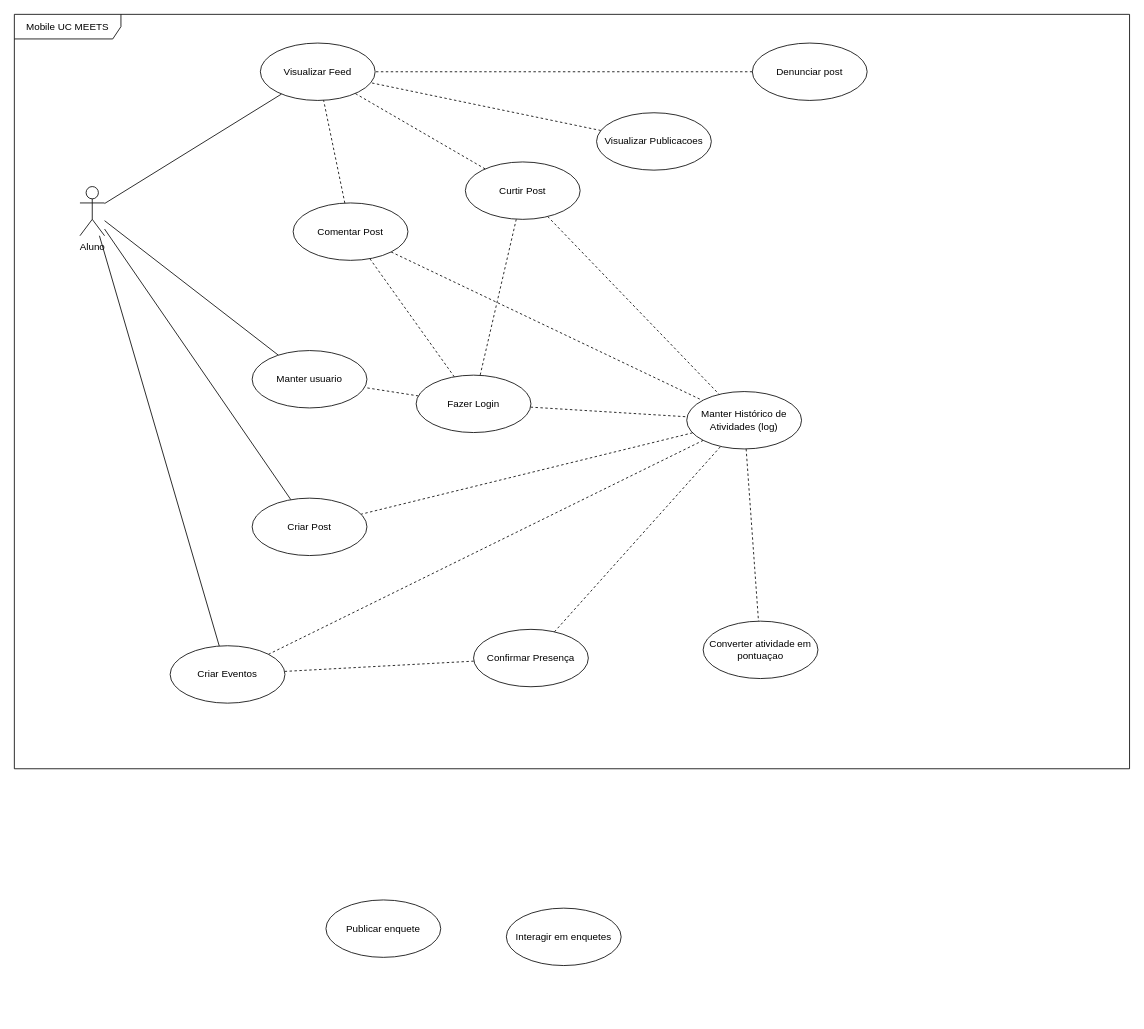
Above: Draw.io/Mobile_UC_MEETS.drawio in Organization-Meets/Meets_Docs (draw.io), before the change. Source tidied: cells renumbered, new cells numbered last; positions are measured from the earlier drawing's top-left corner, leaving out a move shared by most shapes. Both pictures are drawn from the tidied source at 82%, with x=0, y=0 at pixel (14, 14).
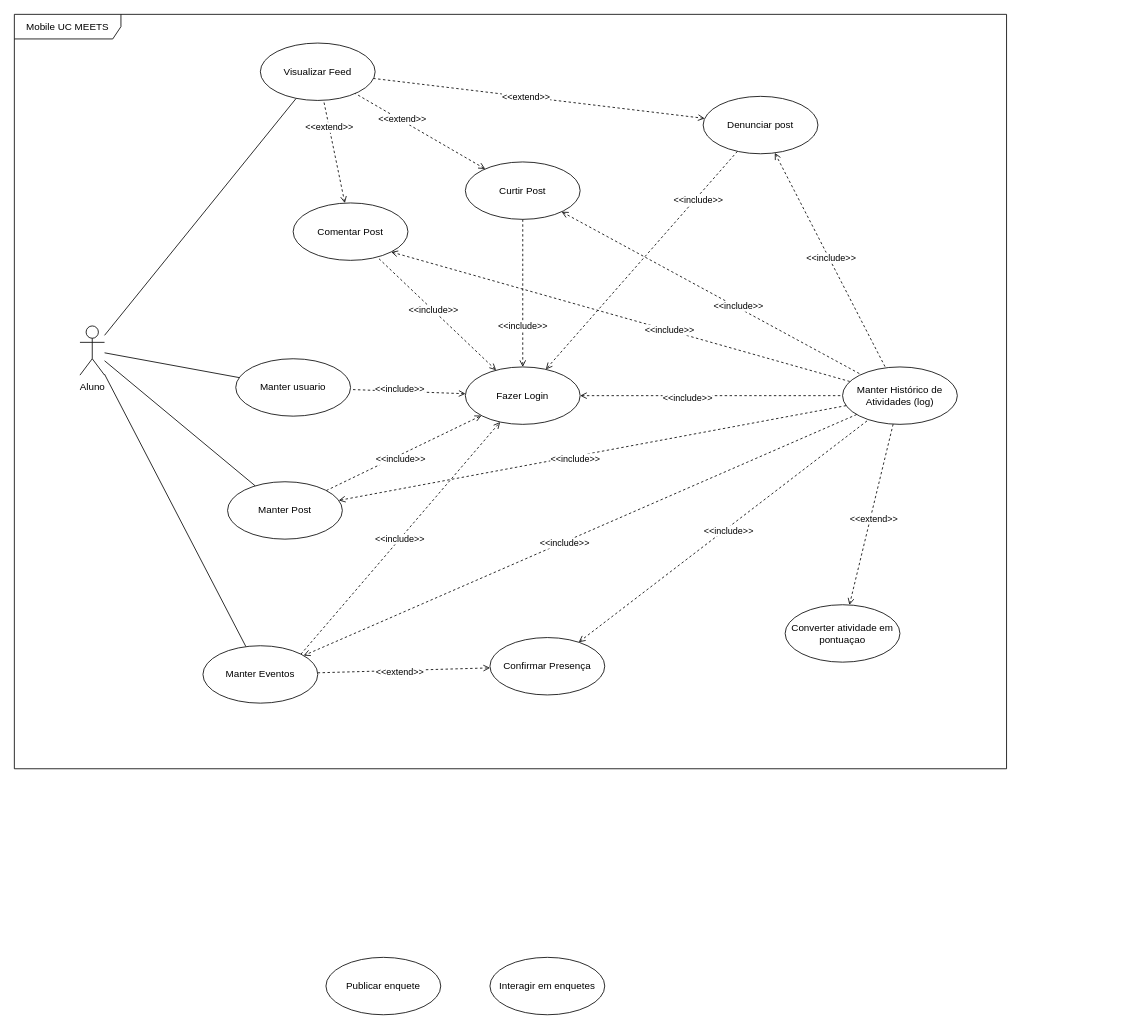
The same page after the edit.

Unchanged cells that the change refers to:
```xml
<mxCell id="5" value="Visualizar Feed" style="ellipse;whiteSpace=wrap;html=1;" parent="1" vertex="1">
  <mxGeometry x="300" y="35" width="140" height="70" as="geometry" />
</mxCell>
<mxCell id="8" value="Comentar P&lt;span style=&quot;background-color: transparent; color: light-dark(rgb(0, 0, 0), rgb(255, 255, 255));&quot;&gt;ost&lt;/span&gt;" style="ellipse;whiteSpace=wrap;html=1;" parent="1" vertex="1">
  <mxGeometry x="340" y="230" width="140" height="70" as="geometry" />
</mxCell>
<mxCell id="12" value="Curtir Post" style="ellipse;whiteSpace=wrap;html=1;" parent="1" vertex="1">
  <mxGeometry x="550" y="180" width="140" height="70" as="geometry" />
</mxCell>
```

Change to the diagram source:
```diff
@@
     <mxCell id="2" value="Mobile UC MEETS" style="shape=umlFrame;whiteSpace=wrap;html=1;width=130;height=30;" parent="1" vertex="1">
-      <mxGeometry width="1360" height="920" as="geometry" />
+      <mxGeometry width="1210" height="920" as="geometry" />
     </mxCell>
     <mxCell id="3" value="Aluno" style="shape=umlActor;verticalLabelPosition=bottom;verticalAlign=top;html=1;" parent="1" vertex="1">
-      <mxGeometry x="80" y="210" width="30" height="60" as="geometry" />
+      <mxGeometry x="80" y="380" width="30" height="60" as="geometry" />
     </mxCell>
@@
-    <mxCell id="6" style="rounded=0;jettySize=auto;html=1;endArrow=none;endFill=0;dashed=1;" parent="1" edge="1" source="8" target="5">
+    <mxCell id="6" style="rounded=0;jettySize=auto;html=1;endArrow=none;endFill=0;dashed=1;startArrow=open;startFill=0;" parent="1" edge="1" source="8" target="5">
       <mxGeometry relative="1" as="geometry" />
     </mxCell>
+    <mxCell id="37" value="&amp;lt;&amp;lt;extend&amp;gt;&amp;gt;" style="edgeLabel;html=1;align=center;verticalAlign=middle;" parent="6" vertex="1">
+      <mxGeometry x="0.49" relative="1" as="geometry" />
+    </mxCell>
-    <mxCell id="7" style="rounded=0;jettySize=auto;html=1;exitX=1;exitY=1;exitDx=0;exitDy=0;dashed=1;endArrow=none;endFill=0;" parent="1" edge="1" source="8" target="23">
+    <mxCell id="7" style="rounded=0;jettySize=auto;html=1;exitX=1;exitY=1;exitDx=0;exitDy=0;dashed=1;endArrow=none;endFill=0;startArrow=open;startFill=0;" parent="1" edge="1" source="8" target="23">
       <mxGeometry relative="1" as="geometry" />
     </mxCell>
+    <mxCell id="38" value="&amp;lt;&amp;lt;include&amp;gt;&amp;gt;" style="edgeLabel;html=1;align=center;verticalAlign=middle;" parent="7" vertex="1">
+      <mxGeometry x="0.21" y="1" relative="1" as="geometry" />
+    </mxCell>
@@
-    <mxCell id="9" style="rounded=0;jettySize=auto;html=1;endArrow=none;endFill=0;dashed=1;" parent="1" edge="1" source="12" target="5">
+    <mxCell id="9" style="rounded=0;jettySize=auto;html=1;endArrow=none;endFill=0;dashed=1;startArrow=open;startFill=0;" parent="1" edge="1" source="12" target="5">
       <mxGeometry relative="1" as="geometry" />
     </mxCell>
+    <mxCell id="39" value="&amp;lt;&amp;lt;extend&amp;gt;&amp;gt;" style="edgeLabel;html=1;align=center;verticalAlign=middle;" parent="9" vertex="1">
+      <mxGeometry x="0.3" y="-2" relative="1" as="geometry" />
+    </mxCell>
-    <mxCell id="10" style="rounded=0;jettySize=auto;html=1;endArrow=none;endFill=0;dashed=1;" parent="1" edge="1" source="12" target="19">
+    <mxCell id="10" style="rounded=0;jettySize=auto;html=1;endArrow=open;endFill=0;dashed=1;startArrow=none;startFill=0;" parent="1" edge="1" source="12" target="19">
       <mxGeometry relative="1" as="geometry" />
     </mxCell>
+    <mxCell id="40" value="&amp;lt;&amp;lt;include&amp;gt;&amp;gt;" style="edgeLabel;html=1;align=center;verticalAlign=middle;" parent="10" vertex="1">
+      <mxGeometry x="0.43" y="-1" relative="1" as="geometry" />
+    </mxCell>
-    <mxCell id="11" style="rounded=0;jettySize=auto;html=1;endArrow=none;endFill=0;dashed=1;" parent="1" edge="1" source="12" target="23">
+    <mxCell id="11" style="rounded=0;jettySize=auto;html=1;endArrow=none;endFill=0;dashed=1;startArrow=open;startFill=0;" parent="1" edge="1" source="12" target="23">
       <mxGeometry relative="1" as="geometry" />
     </mxCell>
+    <mxCell id="41" value="&amp;lt;&amp;lt;include&amp;gt;&amp;gt;" style="edgeLabel;html=1;align=center;verticalAlign=middle;" parent="11" vertex="1">
+      <mxGeometry x="0.17" y="1" relative="1" as="geometry">
+        <mxPoint x="1" as="offset" />
+      </mxGeometry>
+    </mxCell>
@@
     <mxCell id="13" value="Interagir em enquetes" style="ellipse;whiteSpace=wrap;html=1;" parent="1" vertex="1">
-      <mxGeometry x="600" y="1090" width="140" height="70" as="geometry" />
+      <mxGeometry x="580" y="1150" width="140" height="70" as="geometry" />
     </mxCell>
+    <mxCell id="42" style="rounded=0;jettySize=auto;html=1;endArrow=open;endFill=0;dashed=1;" parent="1" edge="1" source="14" target="19">
+      <mxGeometry relative="1" as="geometry" />
+    </mxCell>
+    <mxCell id="43" value="&amp;lt;&amp;lt;include&amp;gt;&amp;gt;" style="edgeLabel;html=1;align=center;verticalAlign=middle;" parent="42" vertex="1">
+      <mxGeometry x="-0.57" y="3" relative="1" as="geometry" />
+    </mxCell>
+    <mxCell id="44" style="rounded=0;jettySize=auto;html=1;endArrow=none;endFill=0;dashed=1;startArrow=open;startFill=0;" parent="1" edge="1" source="14" target="23">
+      <mxGeometry relative="1" as="geometry" />
+    </mxCell>
+    <mxCell id="45" value="&amp;lt;&amp;lt;include&amp;gt;&amp;gt;" style="edgeLabel;html=1;align=center;verticalAlign=middle;" parent="44" vertex="1">
+      <mxGeometry x="-0.02" y="2" relative="1" as="geometry" />
+    </mxCell>
     <mxCell id="14" value="Denunciar post" style="ellipse;whiteSpace=wrap;html=1;" parent="1" vertex="1">
-      <mxGeometry x="900" y="35" width="140" height="70" as="geometry" />
+      <mxGeometry x="840" y="100" width="140" height="70" as="geometry" />
     </mxCell>
     <mxCell id="15" value="Publicar enquete" style="ellipse;whiteSpace=wrap;html=1;" parent="1" vertex="1">
-      <mxGeometry x="380" y="1080" width="140" height="70" as="geometry" />
+      <mxGeometry x="380" y="1150" width="140" height="70" as="geometry" />
     </mxCell>
-    <mxCell id="16" style="rounded=0;jettySize=auto;html=1;endArrow=none;endFill=0;dashed=1;" parent="1" edge="1" source="19" target="8">
+    <mxCell id="16" style="rounded=0;jettySize=auto;html=1;endArrow=none;endFill=0;dashed=1;startArrow=open;startFill=0;" parent="1" edge="1" source="19" target="8">
       <mxGeometry relative="1" as="geometry" />
     </mxCell>
+    <mxCell id="46" value="&amp;lt;&amp;lt;include&amp;gt;&amp;gt;" style="edgeLabel;html=1;align=center;verticalAlign=middle;" parent="16" vertex="1">
+      <mxGeometry x="0.06" relative="1" as="geometry" />
+    </mxCell>
-    <mxCell id="17" style="rounded=0;jettySize=auto;html=1;dashed=1;endArrow=none;endFill=0;" parent="1" edge="1" source="19" target="21">
+    <mxCell id="17" style="rounded=0;jettySize=auto;html=1;dashed=1;endArrow=none;endFill=0;startArrow=open;startFill=0;" parent="1" edge="1" source="19" target="21">
       <mxGeometry relative="1" as="geometry" />
     </mxCell>
+    <mxCell id="47" value="&amp;lt;&amp;lt;include&amp;gt;&amp;gt;" style="edgeLabel;html=1;align=center;verticalAlign=middle;" parent="17" vertex="1">
+      <mxGeometry x="0.15" y="-3" relative="1" as="geometry" />
+    </mxCell>
-    <mxCell id="18" style="rounded=0;jettySize=auto;html=1;endArrow=none;endFill=0;dashed=1;" parent="1" edge="1" source="19" target="23">
+    <mxCell id="18" style="rounded=0;jettySize=auto;html=1;endArrow=none;endFill=0;dashed=1;startArrow=open;startFill=0;" parent="1" edge="1" source="19" target="23">
       <mxGeometry relative="1" as="geometry" />
     </mxCell>
+    <mxCell id="48" value="&amp;lt;&amp;lt;include&amp;gt;&amp;gt;" style="edgeLabel;html=1;align=center;verticalAlign=middle;" parent="18" vertex="1">
+      <mxGeometry x="-0.19" y="-2" relative="1" as="geometry" />
+    </mxCell>
     <mxCell id="19" value="Fazer Login" style="ellipse;whiteSpace=wrap;html=1;" parent="1" vertex="1">
-      <mxGeometry x="490" y="440" width="140" height="70" as="geometry" />
+      <mxGeometry x="550" y="430" width="140" height="70" as="geometry" />
     </mxCell>
@@
     <mxCell id="21" value="Manter usuario" style="ellipse;whiteSpace=wrap;html=1;" parent="1" vertex="1">
-      <mxGeometry x="290" y="410" width="140" height="70" as="geometry" />
+      <mxGeometry x="270" y="420" width="140" height="70" as="geometry" />
     </mxCell>
-    <mxCell id="22" style="rounded=0;jettySize=auto;html=1;dashed=1;endArrow=none;endFill=0;" parent="1" edge="1" source="23" target="26">
+    <mxCell id="22" style="rounded=0;jettySize=auto;html=1;dashed=1;endArrow=open;endFill=0;" parent="1" edge="1" source="23" target="26">
       <mxGeometry relative="1" as="geometry" />
     </mxCell>
+    <mxCell id="49" value="&amp;lt;&amp;lt;extend&amp;gt;&amp;gt;" style="edgeLabel;html=1;align=center;verticalAlign=middle;" parent="22" vertex="1">
+      <mxGeometry x="0.02" y="3" relative="1" as="geometry">
+        <mxPoint y="1" as="offset" />
+      </mxGeometry>
+    </mxCell>
     <mxCell id="23" value="Manter Histórico de Atividades (log)" style="ellipse;whiteSpace=wrap;html=1;" parent="1" vertex="1">
-      <mxGeometry x="820" y="460" width="140" height="70" as="geometry" />
+      <mxGeometry x="1010" y="430" width="140" height="70" as="geometry" />
     </mxCell>
-    <mxCell id="24" style="rounded=0;jettySize=auto;html=1;endArrow=none;endFill=0;dashed=1;" parent="1" edge="1" source="23" target="36">
+    <mxCell id="24" style="rounded=0;jettySize=auto;html=1;endArrow=open;endFill=0;dashed=1;startArrow=none;startFill=0;" parent="1" edge="1" source="23" target="36">
       <mxGeometry relative="1" as="geometry" />
     </mxCell>
+    <mxCell id="50" value="&amp;lt;&amp;lt;include&amp;gt;&amp;gt;" style="edgeLabel;html=1;align=center;verticalAlign=middle;" parent="24" vertex="1">
+      <mxGeometry x="0.07" y="2" relative="1" as="geometry" />
+    </mxCell>
-    <mxCell id="25" style="rounded=0;jettySize=auto;html=1;endArrow=none;endFill=0;dashed=1;" parent="1" edge="1" source="23" target="31">
+    <mxCell id="25" style="rounded=0;jettySize=auto;html=1;endArrow=open;endFill=0;dashed=1;" parent="1" edge="1" source="23" target="31">
       <mxGeometry relative="1" as="geometry" />
     </mxCell>
+    <mxCell id="51" value="&amp;lt;&amp;lt;include&amp;gt;&amp;gt;" style="edgeLabel;html=1;align=center;verticalAlign=middle;" parent="25" vertex="1">
+      <mxGeometry x="0.06" y="1" relative="1" as="geometry" />
+    </mxCell>
     <mxCell id="26" value="Converter atividade em pontuaçao" style="ellipse;whiteSpace=wrap;html=1;" parent="1" vertex="1">
-      <mxGeometry x="840" y="740" width="140" height="70" as="geometry" />
+      <mxGeometry x="940" y="720" width="140" height="70" as="geometry" />
     </mxCell>
-    <mxCell id="27" style="rounded=0;jettySize=auto;html=1;endArrow=none;endFill=0;dashed=1;" parent="1" edge="1" source="28" target="5">
-      <mxGeometry relative="1" as="geometry" />
-    </mxCell>
-    <mxCell id="28" value="Visualizar Publicacoes" style="ellipse;whiteSpace=wrap;html=1;" parent="1" vertex="1">
-      <mxGeometry x="710" y="120" width="140" height="70" as="geometry" />
-    </mxCell>
@@
-    <mxCell id="30" style="rounded=0;jettySize=auto;html=1;endArrow=none;endFill=0;dashed=1;" parent="1" edge="1" source="31" target="33">
+    <mxCell id="30" style="rounded=0;jettySize=auto;html=1;endArrow=open;endFill=0;dashed=1;startArrow=none;startFill=0;" parent="1" edge="1" source="31" target="33">
       <mxGeometry relative="1" as="geometry" />
     </mxCell>
+    <mxCell id="52" value="&amp;lt;&amp;lt;extend&amp;gt;&amp;gt;" style="edgeLabel;html=1;align=center;verticalAlign=middle;" parent="30" vertex="1">
+      <mxGeometry x="-0.05" y="-1" relative="1" as="geometry" />
+    </mxCell>
+    <mxCell id="53" style="rounded=0;jettySize=auto;html=1;exitX=1;exitY=0;exitDx=0;exitDy=0;endArrow=open;endFill=0;dashed=1;" parent="1" edge="1" source="31" target="19">
+      <mxGeometry relative="1" as="geometry" />
+    </mxCell>
+    <mxCell id="54" value="&amp;lt;&amp;lt;include&amp;gt;&amp;gt;" style="edgeLabel;html=1;align=center;verticalAlign=middle;" parent="53" vertex="1">
+      <mxGeometry x="-0.01" y="1" relative="1" as="geometry" />
+    </mxCell>
-    <mxCell id="31" value="Criar Eventos" style="ellipse;whiteSpace=wrap;html=1;" parent="1" vertex="1">
-      <mxGeometry x="190" y="770" width="140" height="70" as="geometry" />
+    <mxCell id="31" value="Manter Eventos" style="ellipse;whiteSpace=wrap;html=1;" parent="1" vertex="1">
+      <mxGeometry x="230" y="770" width="140" height="70" as="geometry" />
     </mxCell>
-    <mxCell id="32" style="rounded=0;jettySize=auto;html=1;endArrow=none;endFill=0;dashed=1;" parent="1" edge="1" source="33" target="23">
+    <mxCell id="32" style="rounded=0;jettySize=auto;html=1;endArrow=none;endFill=0;dashed=1;startArrow=open;startFill=0;" parent="1" edge="1" source="33" target="23">
       <mxGeometry relative="1" as="geometry" />
     </mxCell>
+    <mxCell id="55" value="&amp;lt;&amp;lt;include&amp;gt;&amp;gt;" style="edgeLabel;html=1;align=center;verticalAlign=middle;" parent="32" vertex="1">
+      <mxGeometry x="0.02" y="-3" relative="1" as="geometry" />
+    </mxCell>
     <mxCell id="33" value="Confirmar Presença" style="ellipse;whiteSpace=wrap;html=1;" parent="1" vertex="1">
-      <mxGeometry x="560" y="750" width="140" height="70" as="geometry" />
+      <mxGeometry x="580" y="760" width="140" height="70" as="geometry" />
     </mxCell>
-    <mxCell id="34" style="rounded=0;jettySize=auto;html=1;endArrow=none;endFill=0;dashed=1;" parent="1" edge="1" source="14" target="5">
+    <mxCell id="34" style="rounded=0;jettySize=auto;html=1;endArrow=none;endFill=0;dashed=1;startArrow=open;startFill=0;" parent="1" edge="1" source="14" target="5">
       <mxGeometry relative="1" as="geometry" />
     </mxCell>
+    <mxCell id="56" value="&amp;lt;&amp;lt;extend&amp;gt;&amp;gt;" style="edgeLabel;html=1;align=center;verticalAlign=middle;" parent="34" vertex="1">
+      <mxGeometry x="0.08" relative="1" as="geometry" />
+    </mxCell>
@@
+    <mxCell id="57" style="rounded=0;jettySize=auto;html=1;endArrow=open;endFill=0;dashed=1;" parent="1" edge="1" source="36" target="19">
+      <mxGeometry relative="1" as="geometry" />
+    </mxCell>
+    <mxCell id="58" value="&amp;lt;&amp;lt;include&amp;gt;&amp;gt;" style="edgeLabel;html=1;align=center;verticalAlign=middle;" parent="57" vertex="1">
+      <mxGeometry x="-0.08" y="-4" relative="1" as="geometry">
+        <mxPoint x="1" as="offset" />
+      </mxGeometry>
+    </mxCell>
-    <mxCell id="36" value="Criar Post" style="ellipse;whiteSpace=wrap;html=1;" parent="1" vertex="1">
-      <mxGeometry x="290" y="590" width="140" height="70" as="geometry" />
+    <mxCell id="36" value="Manter Post" style="ellipse;whiteSpace=wrap;html=1;" parent="1" vertex="1">
+      <mxGeometry x="260" y="570" width="140" height="70" as="geometry" />
     </mxCell>
```
